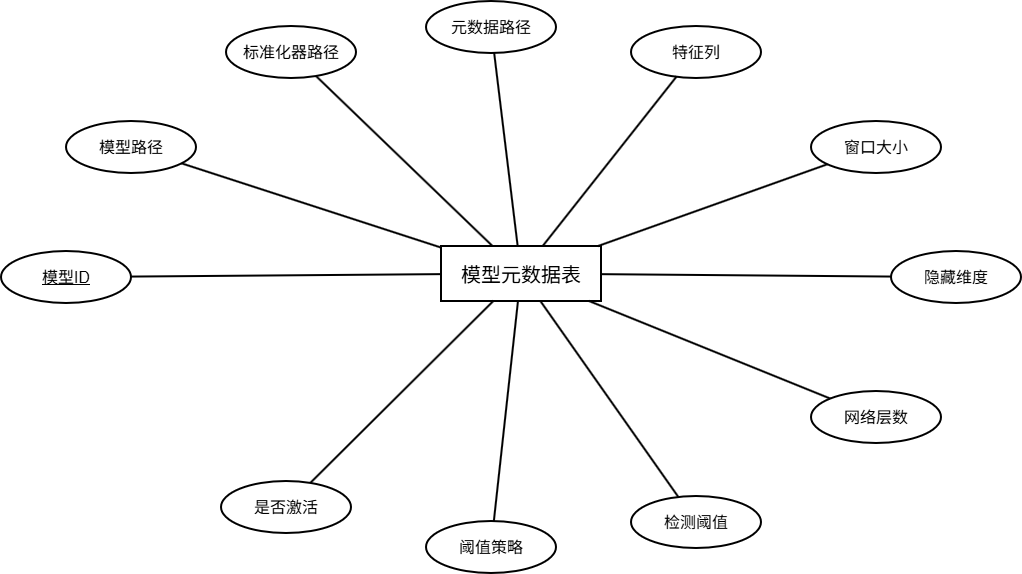
solisW/my_thesis_system keeps this draw.io diagram as pictures_drawio/模型元数据表E-R图.drawio.png. Above is the earlier version. Source tidied: cells renumbered, new cells last; positions are measured from the earlier drawing's top-left corner, leaving out a move shared by most shapes. Source of this version:
```xml
<mxGraphModel>
  <root>
    <mxCell id="0" />
    <mxCell id="1" parent="0" />
    <mxCell id="2" value="模型元数据表" style="rounded=0;whiteSpace=wrap;html=1;fillColor=#ffffff;strokeColor=#000000;strokeWidth=2;fontSize=20;" parent="1" vertex="1">
      <mxGeometry x="440" y="245" width="160" height="55" as="geometry" />
    </mxCell>
    <mxCell id="3" value="&lt;u&gt;模型ID&lt;/u&gt;" style="ellipse;whiteSpace=wrap;html=1;fillColor=#ffffff;strokeColor=#000000;strokeWidth=2;fontSize=16;" parent="1" vertex="1">
      <mxGeometry y="250" width="130" height="52" as="geometry" />
    </mxCell>
    <mxCell id="4" style="endArrow=none;html=1;rounded=0;strokeWidth=2;fontSize=14;" parent="1" edge="1" source="2" target="3">
      <mxGeometry relative="1" as="geometry" />
    </mxCell>
    <mxCell id="5" value="模型路径" style="ellipse;whiteSpace=wrap;html=1;fillColor=#ffffff;strokeColor=#000000;strokeWidth=2;fontSize=16;" parent="1" vertex="1">
      <mxGeometry x="65" y="120" width="130" height="52" as="geometry" />
    </mxCell>
    <mxCell id="6" style="endArrow=none;html=1;rounded=0;strokeWidth=2;fontSize=14;" parent="1" edge="1" source="2" target="5">
      <mxGeometry relative="1" as="geometry" />
    </mxCell>
    <mxCell id="7" value="标准化器路径" style="ellipse;whiteSpace=wrap;html=1;fillColor=#ffffff;strokeColor=#000000;strokeWidth=2;fontSize=16;" parent="1" vertex="1">
      <mxGeometry x="225" y="25" width="130" height="52" as="geometry" />
    </mxCell>
    <mxCell id="8" style="endArrow=none;html=1;rounded=0;strokeWidth=2;fontSize=14;" parent="1" edge="1" source="2" target="7">
      <mxGeometry relative="1" as="geometry" />
    </mxCell>
    <mxCell id="9" value="元数据路径" style="ellipse;whiteSpace=wrap;html=1;fillColor=#ffffff;strokeColor=#000000;strokeWidth=2;fontSize=16;" parent="1" vertex="1">
      <mxGeometry x="425" width="130" height="52" as="geometry" />
    </mxCell>
    <mxCell id="10" style="endArrow=none;html=1;rounded=0;strokeWidth=2;fontSize=14;" parent="1" edge="1" source="2" target="9">
      <mxGeometry relative="1" as="geometry" />
    </mxCell>
    <mxCell id="11" value="特征列" style="ellipse;whiteSpace=wrap;html=1;fillColor=#ffffff;strokeColor=#000000;strokeWidth=2;fontSize=16;" parent="1" vertex="1">
      <mxGeometry x="630" y="25" width="130" height="52" as="geometry" />
    </mxCell>
    <mxCell id="12" style="endArrow=none;html=1;rounded=0;strokeWidth=2;fontSize=14;" parent="1" edge="1" source="2" target="11">
      <mxGeometry relative="1" as="geometry" />
    </mxCell>
    <mxCell id="13" value="窗口大小" style="ellipse;whiteSpace=wrap;html=1;fillColor=#ffffff;strokeColor=#000000;strokeWidth=2;fontSize=16;" parent="1" vertex="1">
      <mxGeometry x="810" y="120" width="130" height="52" as="geometry" />
    </mxCell>
    <mxCell id="14" style="endArrow=none;html=1;rounded=0;strokeWidth=2;fontSize=14;" parent="1" edge="1" source="2" target="13">
      <mxGeometry relative="1" as="geometry" />
    </mxCell>
    <mxCell id="15" value="隐藏维度" style="ellipse;whiteSpace=wrap;html=1;fillColor=#ffffff;strokeColor=#000000;strokeWidth=2;fontSize=16;" parent="1" vertex="1">
      <mxGeometry x="890" y="250" width="130" height="52" as="geometry" />
    </mxCell>
    <mxCell id="16" style="endArrow=none;html=1;rounded=0;strokeWidth=2;fontSize=14;" parent="1" edge="1" source="2" target="15">
      <mxGeometry relative="1" as="geometry" />
    </mxCell>
    <mxCell id="17" value="网络层数" style="ellipse;whiteSpace=wrap;html=1;fillColor=#ffffff;strokeColor=#000000;strokeWidth=2;fontSize=16;" parent="1" vertex="1">
      <mxGeometry x="810" y="390" width="130" height="52" as="geometry" />
    </mxCell>
    <mxCell id="18" style="endArrow=none;html=1;rounded=0;strokeWidth=2;fontSize=14;" parent="1" edge="1" source="2" target="17">
      <mxGeometry relative="1" as="geometry" />
    </mxCell>
    <mxCell id="19" value="检测阈值" style="ellipse;whiteSpace=wrap;html=1;fillColor=#ffffff;strokeColor=#000000;strokeWidth=2;fontSize=16;" parent="1" vertex="1">
      <mxGeometry x="630" y="495" width="130" height="52" as="geometry" />
    </mxCell>
    <mxCell id="20" style="endArrow=none;html=1;rounded=0;strokeWidth=2;fontSize=14;" parent="1" edge="1" source="2" target="19">
      <mxGeometry relative="1" as="geometry" />
    </mxCell>
    <mxCell id="21" value="阈值策略" style="ellipse;whiteSpace=wrap;html=1;fillColor=#ffffff;strokeColor=#000000;strokeWidth=2;fontSize=16;" parent="1" vertex="1">
      <mxGeometry x="425" y="520" width="130" height="52" as="geometry" />
    </mxCell>
    <mxCell id="22" style="endArrow=none;html=1;rounded=0;strokeWidth=2;fontSize=14;" parent="1" edge="1" source="2" target="21">
      <mxGeometry relative="1" as="geometry" />
    </mxCell>
    <mxCell id="23" value="是否激活" style="ellipse;whiteSpace=wrap;html=1;fillColor=#ffffff;strokeColor=#000000;strokeWidth=2;fontSize=16;" parent="1" vertex="1">
      <mxGeometry x="220" y="480" width="130" height="52" as="geometry" />
    </mxCell>
    <mxCell id="24" style="endArrow=none;html=1;rounded=0;strokeWidth=2;fontSize=14;" parent="1" edge="1" source="2" target="23">
      <mxGeometry relative="1" as="geometry" />
    </mxCell>
  </root>
</mxGraphModel>
```
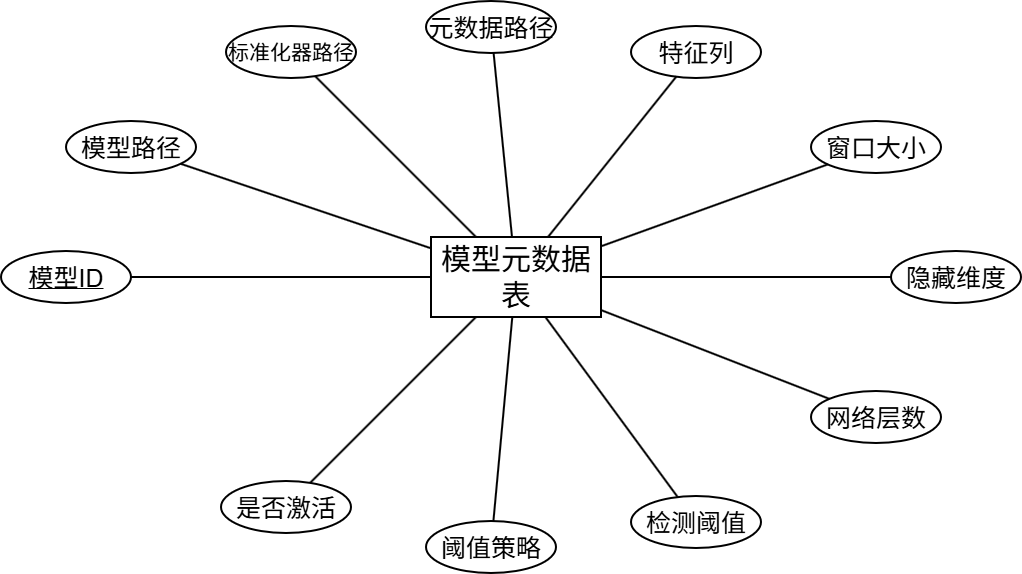
Later version of the same file.

Diff of the diagram source:
```diff
@@ -2,70 +2,70 @@
   <root>
     <mxCell id="0" />
     <mxCell id="1" parent="0" />
-    <mxCell id="2" value="模型元数据表" style="rounded=0;whiteSpace=wrap;html=1;fillColor=#ffffff;strokeColor=#000000;strokeWidth=2;fontSize=20;" parent="1" vertex="1">
-      <mxGeometry x="440" y="245" width="160" height="55" as="geometry" />
+    <mxCell id="2" value="&lt;font style=&quot;font-size: 30px;&quot;&gt;模型元数据表&lt;/font&gt;" style="rounded=0;whiteSpace=wrap;html=1;fillColor=#ffffff;strokeColor=#000000;strokeWidth=2;fontSize=20;" parent="1" vertex="1">
+      <mxGeometry x="430" y="236" width="170" height="80" as="geometry" />
     </mxCell>
-    <mxCell id="3" value="&lt;u&gt;模型ID&lt;/u&gt;" style="ellipse;whiteSpace=wrap;html=1;fillColor=#ffffff;strokeColor=#000000;strokeWidth=2;fontSize=16;" parent="1" vertex="1">
+    <mxCell id="3" value="&lt;u&gt;&lt;font style=&quot;font-size: 25px;&quot;&gt;模型ID&lt;/font&gt;&lt;/u&gt;" style="ellipse;whiteSpace=wrap;html=1;fillColor=#ffffff;strokeColor=#000000;strokeWidth=2;fontSize=16;" parent="1" vertex="1">
       <mxGeometry y="250" width="130" height="52" as="geometry" />
     </mxCell>
     <mxCell id="4" style="endArrow=none;html=1;rounded=0;strokeWidth=2;fontSize=14;" parent="1" edge="1" source="2" target="3">
       <mxGeometry relative="1" as="geometry" />
     </mxCell>
-    <mxCell id="5" value="模型路径" style="ellipse;whiteSpace=wrap;html=1;fillColor=#ffffff;strokeColor=#000000;strokeWidth=2;fontSize=16;" parent="1" vertex="1">
+    <mxCell id="5" value="&lt;font style=&quot;font-size: 25px;&quot;&gt;模型路径&lt;/font&gt;" style="ellipse;whiteSpace=wrap;html=1;fillColor=#ffffff;strokeColor=#000000;strokeWidth=2;fontSize=16;" parent="1" vertex="1">
       <mxGeometry x="65" y="120" width="130" height="52" as="geometry" />
     </mxCell>
     <mxCell id="6" style="endArrow=none;html=1;rounded=0;strokeWidth=2;fontSize=14;" parent="1" edge="1" source="2" target="5">
       <mxGeometry relative="1" as="geometry" />
     </mxCell>
-    <mxCell id="7" value="标准化器路径" style="ellipse;whiteSpace=wrap;html=1;fillColor=#ffffff;strokeColor=#000000;strokeWidth=2;fontSize=16;" parent="1" vertex="1">
+    <mxCell id="7" value="&lt;font style=&quot;font-size: 21px;&quot;&gt;标准化器路径&lt;/font&gt;" style="ellipse;whiteSpace=wrap;html=1;fillColor=#ffffff;strokeColor=#000000;strokeWidth=2;fontSize=16;" parent="1" vertex="1">
       <mxGeometry x="225" y="25" width="130" height="52" as="geometry" />
     </mxCell>
     <mxCell id="8" style="endArrow=none;html=1;rounded=0;strokeWidth=2;fontSize=14;" parent="1" edge="1" source="2" target="7">
       <mxGeometry relative="1" as="geometry" />
     </mxCell>
-    <mxCell id="9" value="元数据路径" style="ellipse;whiteSpace=wrap;html=1;fillColor=#ffffff;strokeColor=#000000;strokeWidth=2;fontSize=16;" parent="1" vertex="1">
+    <mxCell id="9" value="&lt;font style=&quot;font-size: 25px;&quot;&gt;元数据路径&lt;/font&gt;" style="ellipse;whiteSpace=wrap;html=1;fillColor=#ffffff;strokeColor=#000000;strokeWidth=2;fontSize=16;" parent="1" vertex="1">
       <mxGeometry x="425" width="130" height="52" as="geometry" />
     </mxCell>
     <mxCell id="10" style="endArrow=none;html=1;rounded=0;strokeWidth=2;fontSize=14;" parent="1" edge="1" source="2" target="9">
       <mxGeometry relative="1" as="geometry" />
     </mxCell>
-    <mxCell id="11" value="特征列" style="ellipse;whiteSpace=wrap;html=1;fillColor=#ffffff;strokeColor=#000000;strokeWidth=2;fontSize=16;" parent="1" vertex="1">
+    <mxCell id="11" value="&lt;font style=&quot;font-size: 25px;&quot;&gt;特征列&lt;/font&gt;" style="ellipse;whiteSpace=wrap;html=1;fillColor=#ffffff;strokeColor=#000000;strokeWidth=2;fontSize=16;" parent="1" vertex="1">
       <mxGeometry x="630" y="25" width="130" height="52" as="geometry" />
     </mxCell>
     <mxCell id="12" style="endArrow=none;html=1;rounded=0;strokeWidth=2;fontSize=14;" parent="1" edge="1" source="2" target="11">
       <mxGeometry relative="1" as="geometry" />
     </mxCell>
-    <mxCell id="13" value="窗口大小" style="ellipse;whiteSpace=wrap;html=1;fillColor=#ffffff;strokeColor=#000000;strokeWidth=2;fontSize=16;" parent="1" vertex="1">
+    <mxCell id="13" value="&lt;font style=&quot;font-size: 25px;&quot;&gt;窗口大小&lt;/font&gt;" style="ellipse;whiteSpace=wrap;html=1;fillColor=#ffffff;strokeColor=#000000;strokeWidth=2;fontSize=16;" parent="1" vertex="1">
       <mxGeometry x="810" y="120" width="130" height="52" as="geometry" />
     </mxCell>
     <mxCell id="14" style="endArrow=none;html=1;rounded=0;strokeWidth=2;fontSize=14;" parent="1" edge="1" source="2" target="13">
       <mxGeometry relative="1" as="geometry" />
     </mxCell>
-    <mxCell id="15" value="隐藏维度" style="ellipse;whiteSpace=wrap;html=1;fillColor=#ffffff;strokeColor=#000000;strokeWidth=2;fontSize=16;" parent="1" vertex="1">
+    <mxCell id="15" value="&lt;font style=&quot;font-size: 25px;&quot;&gt;隐藏维度&lt;/font&gt;" style="ellipse;whiteSpace=wrap;html=1;fillColor=#ffffff;strokeColor=#000000;strokeWidth=2;fontSize=16;" parent="1" vertex="1">
       <mxGeometry x="890" y="250" width="130" height="52" as="geometry" />
     </mxCell>
     <mxCell id="16" style="endArrow=none;html=1;rounded=0;strokeWidth=2;fontSize=14;" parent="1" edge="1" source="2" target="15">
       <mxGeometry relative="1" as="geometry" />
     </mxCell>
-    <mxCell id="17" value="网络层数" style="ellipse;whiteSpace=wrap;html=1;fillColor=#ffffff;strokeColor=#000000;strokeWidth=2;fontSize=16;" parent="1" vertex="1">
+    <mxCell id="17" value="&lt;font style=&quot;font-size: 25px;&quot;&gt;网络层数&lt;/font&gt;" style="ellipse;whiteSpace=wrap;html=1;fillColor=#ffffff;strokeColor=#000000;strokeWidth=2;fontSize=16;" parent="1" vertex="1">
       <mxGeometry x="810" y="390" width="130" height="52" as="geometry" />
     </mxCell>
     <mxCell id="18" style="endArrow=none;html=1;rounded=0;strokeWidth=2;fontSize=14;" parent="1" edge="1" source="2" target="17">
       <mxGeometry relative="1" as="geometry" />
     </mxCell>
-    <mxCell id="19" value="检测阈值" style="ellipse;whiteSpace=wrap;html=1;fillColor=#ffffff;strokeColor=#000000;strokeWidth=2;fontSize=16;" parent="1" vertex="1">
+    <mxCell id="19" value="&lt;font style=&quot;font-size: 25px;&quot;&gt;检测阈值&lt;/font&gt;" style="ellipse;whiteSpace=wrap;html=1;fillColor=#ffffff;strokeColor=#000000;strokeWidth=2;fontSize=16;" parent="1" vertex="1">
       <mxGeometry x="630" y="495" width="130" height="52" as="geometry" />
     </mxCell>
     <mxCell id="20" style="endArrow=none;html=1;rounded=0;strokeWidth=2;fontSize=14;" parent="1" edge="1" source="2" target="19">
       <mxGeometry relative="1" as="geometry" />
     </mxCell>
-    <mxCell id="21" value="阈值策略" style="ellipse;whiteSpace=wrap;html=1;fillColor=#ffffff;strokeColor=#000000;strokeWidth=2;fontSize=16;" parent="1" vertex="1">
+    <mxCell id="21" value="&lt;font style=&quot;font-size: 25px;&quot;&gt;阈值策略&lt;/font&gt;" style="ellipse;whiteSpace=wrap;html=1;fillColor=#ffffff;strokeColor=#000000;strokeWidth=2;fontSize=16;" parent="1" vertex="1">
       <mxGeometry x="425" y="520" width="130" height="52" as="geometry" />
     </mxCell>
     <mxCell id="22" style="endArrow=none;html=1;rounded=0;strokeWidth=2;fontSize=14;" parent="1" edge="1" source="2" target="21">
       <mxGeometry relative="1" as="geometry" />
     </mxCell>
-    <mxCell id="23" value="是否激活" style="ellipse;whiteSpace=wrap;html=1;fillColor=#ffffff;strokeColor=#000000;strokeWidth=2;fontSize=16;" parent="1" vertex="1">
+    <mxCell id="23" value="&lt;font style=&quot;font-size: 25px;&quot;&gt;是否激活&lt;/font&gt;" style="ellipse;whiteSpace=wrap;html=1;fillColor=#ffffff;strokeColor=#000000;strokeWidth=2;fontSize=16;" parent="1" vertex="1">
       <mxGeometry x="220" y="480" width="130" height="52" as="geometry" />
     </mxCell>
     <mxCell id="24" style="endArrow=none;html=1;rounded=0;strokeWidth=2;fontSize=14;" parent="1" edge="1" source="2" target="23">
```
